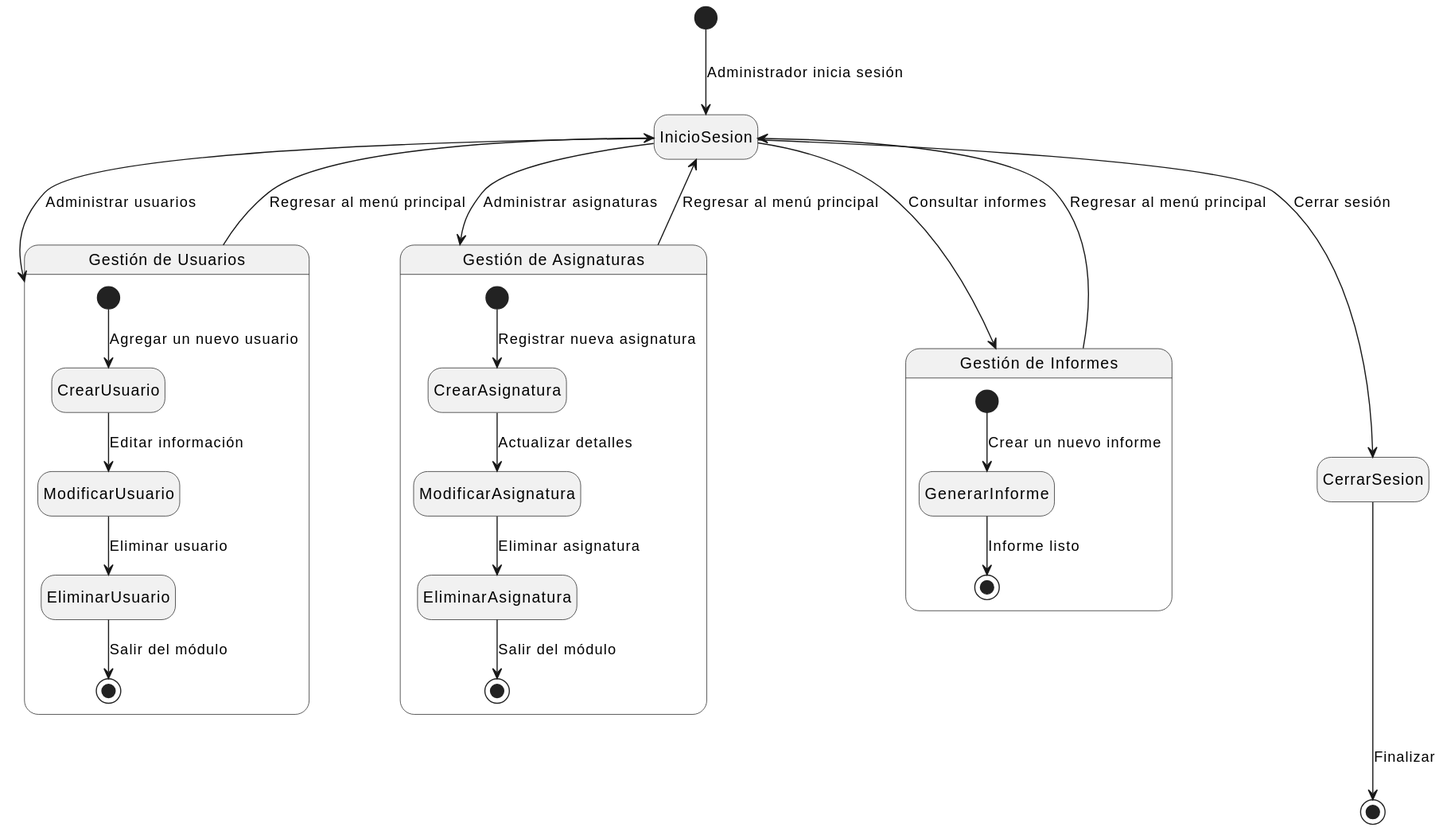
This is Documentos/Imagenes/DiagramaEstados/CicloDeVidaAdministrador.svg from mmasias/24-25-IdSw1-SDR, a PlantUML export, as it was before one commit.
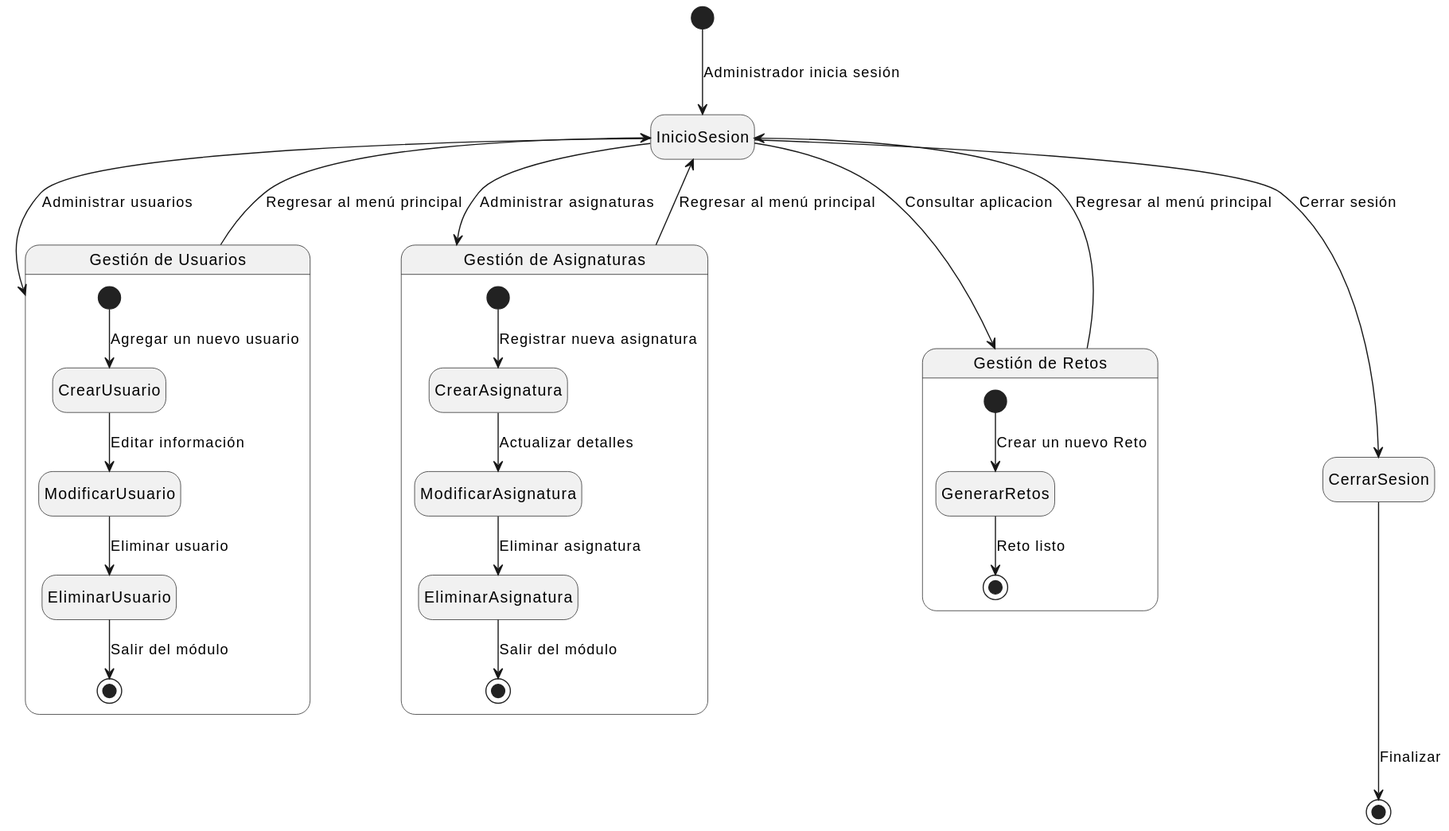
Later version of the same file.

What changed in the source:
```diff
@@ -17,17 +17,17 @@
     EliminarAsignatura --> [*] : Salir del módulo
 }
 
-state "Gestión de Informes" as GestionInformes {
-    [*] --> GenerarInforme : Crear un nuevo informe
-    GenerarInforme --> [*] : Informe listo
+state "Gestión de Retos" as GestionRetos {
+    [*] --> GenerarRetos : Crear un nuevo Reto
+    GenerarRetos --> [*] : Reto listo
 }
 
 InicioSesion --> GestionUsuarios : Administrar usuarios
 InicioSesion --> GestionAsignaturas : Administrar asignaturas
-InicioSesion --> GestionInformes : Consultar informes
+InicioSesion --> GestionRetos : Consultar aplicacion
 GestionUsuarios --> InicioSesion : Regresar al menú principal
 GestionAsignaturas --> InicioSesion : Regresar al menú principal
-GestionInformes --> InicioSesion : Regresar al menú principal
+GestionRetos --> InicioSesion : Regresar al menú principal
 
 InicioSesion --> CerrarSesion : Cerrar sesión
 CerrarSesion --> [*] : Finalizar
```
